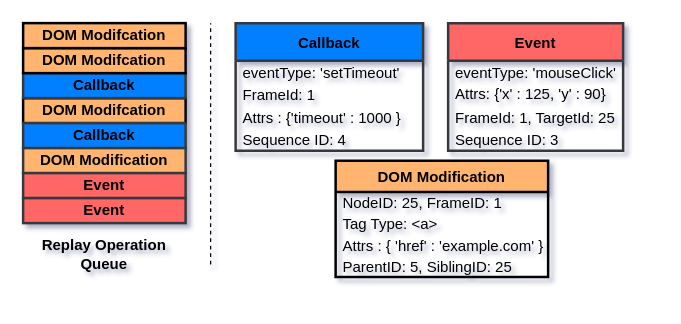
The draw.io diagram page "replay-queue" (2 of 6) of replay-diagrams.drawio in jallen89/jscapsule-figures, before the edit. Source tidied: cells renumbered, new cells numbered last; positions are measured from the earlier drawing's top-left corner, leaving out a move shared by most shapes. Both pictures are drawn from the tidied source at 125%, with x=0, y=0 at pixel (22, 22).
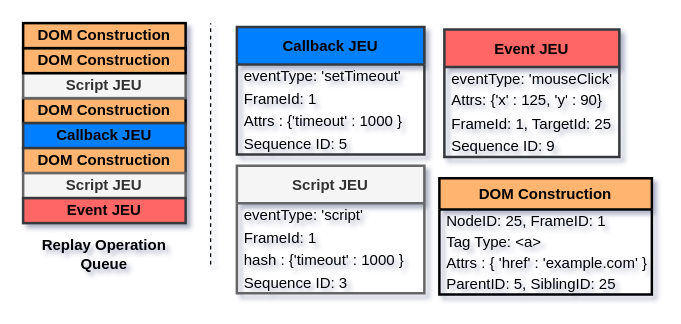
After the change.

Commit message (it also covers changes not shown here):
add script jeu

Unchanged cells that the change refers to:
```xml
<mxCell id="19" style="group;" parent="1" vertex="1">
  <mxGeometry width="130" height="160" as="geometry" />
</mxCell>
```

The edit, as a diff of the source:
```diff
@@
-    <mxCell id="4" value="Event" style="swimlane;fontStyle=1;horizontal=1;startSize=30;strokeColor=#36393d;strokeWidth=2;fillColor=#FF6666;" parent="1" vertex="1">
-      <mxGeometry x="340" width="140" height="102" as="geometry" />
+    <mxCell id="4" value="Event JEU" style="swimlane;fontStyle=1;horizontal=1;startSize=30;strokeColor=#36393d;strokeWidth=2;fillColor=#FF6666;" parent="1" vertex="1">
+      <mxGeometry x="337" y="5" width="140" height="102" as="geometry" />
     </mxCell>
@@
-    <mxCell id="8" value="Sequence ID: 3" style="text;strokeColor=none;fillColor=none;align=left;verticalAlign=middle;spacingLeft=4;spacingRight=4;overflow=hidden;" parent="4" vertex="1">
+    <mxCell id="8" value="Sequence ID: 9" style="text;strokeColor=none;fillColor=none;align=left;verticalAlign=middle;spacingLeft=4;spacingRight=4;overflow=hidden;" parent="4" vertex="1">
       <mxGeometry y="84" width="140" height="18" as="geometry" />
     </mxCell>
-    <mxCell id="9" value="DOM Modification" style="swimlane;fontStyle=1;horizontal=1;startSize=25;fontFamily=Helvetica;strokeColor=#000000;strokeWidth=2;fillColor=#FFB570;gradientColor=none;" parent="1" vertex="1">
-      <mxGeometry x="250" y="110" width="170" height="93" as="geometry" />
+    <mxCell id="9" value="DOM Construction" style="swimlane;fontStyle=1;horizontal=1;startSize=25;fontFamily=Helvetica;strokeColor=#000000;strokeWidth=2;fillColor=#FFB570;gradientColor=none;" parent="1" vertex="1">
+      <mxGeometry x="333" y="124" width="170" height="93" as="geometry" />
     </mxCell>
@@
-    <mxCell id="14" value="Callback" style="swimlane;fontStyle=1;horizontal=1;startSize=30;strokeColor=#36393d;strokeWidth=2;fillColor=#007FFF;" parent="1" vertex="1">
-      <mxGeometry x="170" width="150" height="102" as="geometry" />
+    <mxCell id="14" value="Callback JEU" style="swimlane;fontStyle=1;horizontal=1;startSize=30;strokeColor=#36393d;strokeWidth=2;fillColor=#007FFF;" parent="1" vertex="1">
+      <mxGeometry x="171" y="3" width="150" height="102" as="geometry" />
     </mxCell>
@@
-    <mxCell id="18" value="Sequence ID: 4" style="text;strokeColor=none;fillColor=none;align=left;verticalAlign=middle;spacingLeft=4;spacingRight=4;overflow=hidden;" parent="14" vertex="1">
+    <mxCell id="18" value="Sequence ID: 5" style="text;strokeColor=none;fillColor=none;align=left;verticalAlign=middle;spacingLeft=4;spacingRight=4;overflow=hidden;" parent="14" vertex="1">
       <mxGeometry y="84" width="150" height="18" as="geometry" />
     </mxCell>
@@
-    <mxCell id="20" value="&lt;b&gt;DOM Modifcation&lt;/b&gt;" style="rounded=0;whiteSpace=wrap;html=1;fillColor=#FFB570;strokeColor=#000000;strokeWidth=2;" parent="19" vertex="1">
+    <mxCell id="20" value="&lt;b&gt;DOM Construction&lt;/b&gt;" style="rounded=0;whiteSpace=wrap;html=1;fillColor=#FFB570;strokeColor=#000000;strokeWidth=2;" parent="19" vertex="1">
       <mxGeometry y="60" width="130" height="20" as="geometry" />
     </mxCell>
-    <mxCell id="21" value="&lt;b&gt;Callback&lt;br&gt;&lt;/b&gt;" style="rounded=0;whiteSpace=wrap;html=1;fillColor=#007FFF;strokeColor=#36393d;strokeWidth=2;" parent="19" vertex="1">
+    <mxCell id="21" value="&lt;b&gt;Callback JEU&lt;br&gt;&lt;/b&gt;" style="rounded=0;whiteSpace=wrap;html=1;fillColor=#007FFF;strokeColor=#36393d;strokeWidth=2;" parent="19" vertex="1">
       <mxGeometry y="80" width="130" height="20" as="geometry" />
     </mxCell>
-    <mxCell id="22" value="&lt;b&gt;DOM Modification&lt;/b&gt;" style="rounded=0;whiteSpace=wrap;html=1;fillColor=#FFB570;strokeColor=#36393d;strokeWidth=2;" parent="19" vertex="1">
+    <mxCell id="22" value="&lt;b&gt;DOM Construction&lt;/b&gt;" style="rounded=0;whiteSpace=wrap;html=1;fillColor=#FFB570;strokeColor=#36393d;strokeWidth=2;" parent="19" vertex="1">
       <mxGeometry y="100" width="130" height="20" as="geometry" />
     </mxCell>
-    <mxCell id="23" value="&lt;b&gt;Event&lt;br&gt;&lt;/b&gt;" style="rounded=0;whiteSpace=wrap;html=1;fillColor=#FF6666;strokeColor=#36393d;strokeWidth=2;" parent="19" vertex="1">
+    <mxCell id="23" value="&lt;b&gt;Script JEU&lt;br&gt;&lt;/b&gt;" style="rounded=0;whiteSpace=wrap;html=1;fillColor=#f5f5f5;strokeColor=#666666;strokeWidth=2;fontColor=#333333;" parent="19" vertex="1">
       <mxGeometry y="120" width="130" height="20" as="geometry" />
     </mxCell>
-    <mxCell id="24" value="&lt;b&gt;Event&lt;br&gt;&lt;/b&gt;" style="rounded=0;whiteSpace=wrap;html=1;fillColor=#FF6666;strokeColor=#36393d;gradientColor=none;strokeWidth=2;" parent="19" vertex="1">
+    <mxCell id="24" value="&lt;b&gt;Event JEU&lt;br&gt;&lt;/b&gt;" style="rounded=0;whiteSpace=wrap;html=1;fillColor=#FF6666;strokeColor=#36393d;gradientColor=none;strokeWidth=2;" parent="19" vertex="1">
       <mxGeometry y="140" width="130" height="20" as="geometry" />
     </mxCell>
-    <mxCell id="25" value="&lt;b&gt;Callback&lt;br&gt;&lt;/b&gt;" style="rounded=0;whiteSpace=wrap;html=1;fillColor=#007FFF;strokeColor=#36393d;strokeWidth=2;" parent="19" vertex="1">
+    <mxCell id="25" value="&lt;b&gt;Script JEU&lt;br&gt;&lt;/b&gt;" style="rounded=0;whiteSpace=wrap;html=1;fillColor=#f5f5f5;strokeColor=#666666;strokeWidth=2;fontColor=#333333;" parent="19" vertex="1">
       <mxGeometry y="40" width="130" height="20" as="geometry" />
     </mxCell>
-    <mxCell id="26" value="&lt;b&gt;DOM Modifcation&lt;/b&gt;" style="rounded=0;whiteSpace=wrap;html=1;fillColor=#FFB570;strokeColor=#000000;strokeWidth=2;" parent="19" vertex="1">
+    <mxCell id="26" value="&lt;b&gt;DOM Construction&lt;/b&gt;" style="rounded=0;whiteSpace=wrap;html=1;fillColor=#FFB570;strokeColor=#000000;strokeWidth=2;" parent="19" vertex="1">
       <mxGeometry y="20" width="130" height="20" as="geometry" />
     </mxCell>
-    <mxCell id="27" value="&lt;b&gt;DOM Modifcation&lt;/b&gt;" style="rounded=0;whiteSpace=wrap;html=1;fillColor=#FFB570;strokeColor=#000000;strokeWidth=2;" parent="19" vertex="1">
+    <mxCell id="27" value="&lt;b&gt;DOM Construction&lt;/b&gt;" style="rounded=0;whiteSpace=wrap;html=1;fillColor=#FFB570;strokeColor=#000000;strokeWidth=2;" parent="19" vertex="1">
       <mxGeometry width="130" height="20" as="geometry" />
     </mxCell>
+    <mxCell id="28" value="Script JEU" style="swimlane;fontStyle=1;horizontal=1;startSize=30;strokeColor=#666666;strokeWidth=2;fillColor=#f5f5f5;fontColor=#333333;" parent="1" vertex="1">
+      <mxGeometry x="171" y="114" width="150" height="102" as="geometry" />
+    </mxCell>
+    <mxCell id="29" value="eventType: 'script'" style="text;strokeColor=none;fillColor=none;align=left;verticalAlign=middle;spacingLeft=4;spacingRight=4;overflow=hidden;" parent="28" vertex="1">
+      <mxGeometry y="30" width="150" height="18" as="geometry" />
+    </mxCell>
+    <mxCell id="30" value="FrameId: 1" style="text;strokeColor=none;fillColor=none;align=left;verticalAlign=middle;spacingLeft=4;spacingRight=4;overflow=hidden;" parent="28" vertex="1">
+      <mxGeometry y="48" width="150" height="18" as="geometry" />
+    </mxCell>
+    <mxCell id="31" value="hash : {'timeout' : 1000 }" style="text;strokeColor=none;fillColor=none;align=left;verticalAlign=middle;spacingLeft=4;spacingRight=4;overflow=hidden;" parent="28" vertex="1">
+      <mxGeometry y="66" width="150" height="18" as="geometry" />
+    </mxCell>
+    <mxCell id="32" value="Sequence ID: 3" style="text;strokeColor=none;fillColor=none;align=left;verticalAlign=middle;spacingLeft=4;spacingRight=4;overflow=hidden;" parent="28" vertex="1">
+      <mxGeometry y="84" width="150" height="18" as="geometry" />
+    </mxCell>
```
